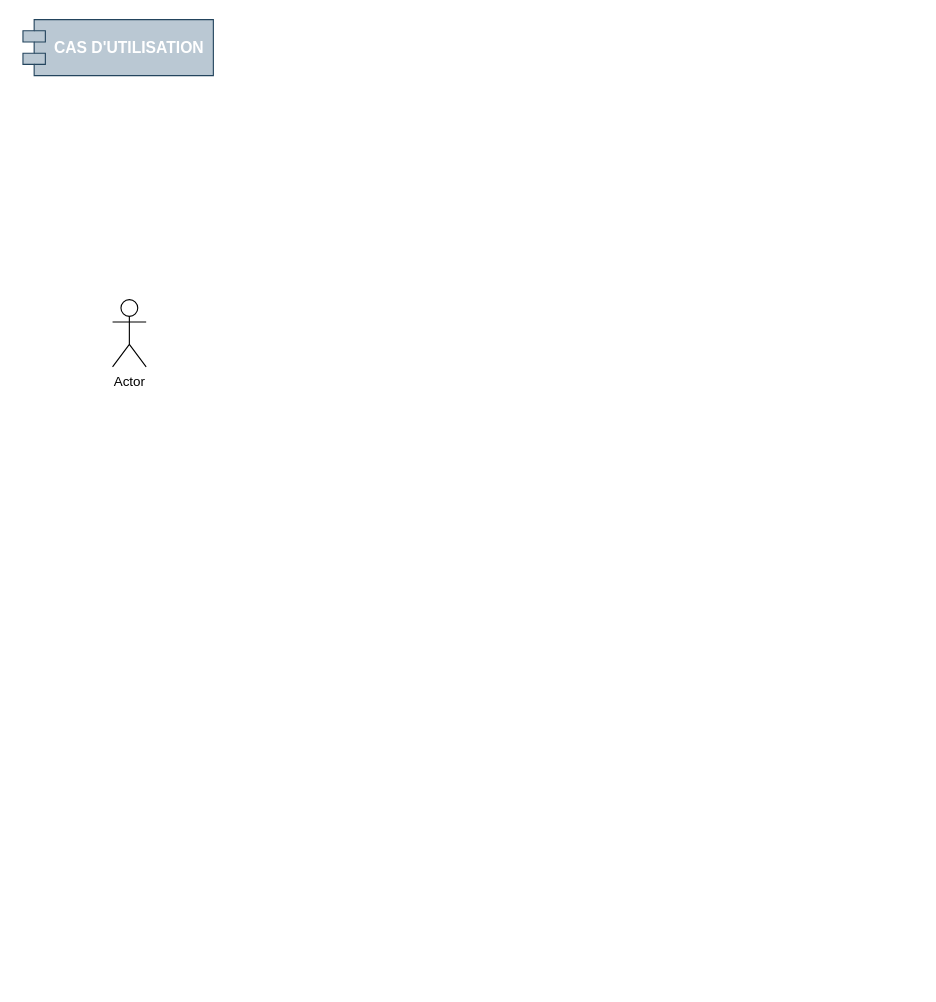
Above: doc/Cas_dUtilisation.drawio in MelissaHOA/EXO_Gestion_Ecole (draw.io), before the change. Source tidied: cells renumbered, new cells numbered last; positions are measured from the earlier drawing's top-left corner, leaving out a move shared by most shapes. Both pictures are drawn from the tidied source at 112%, with x=0, y=0 at pixel (22, 19).
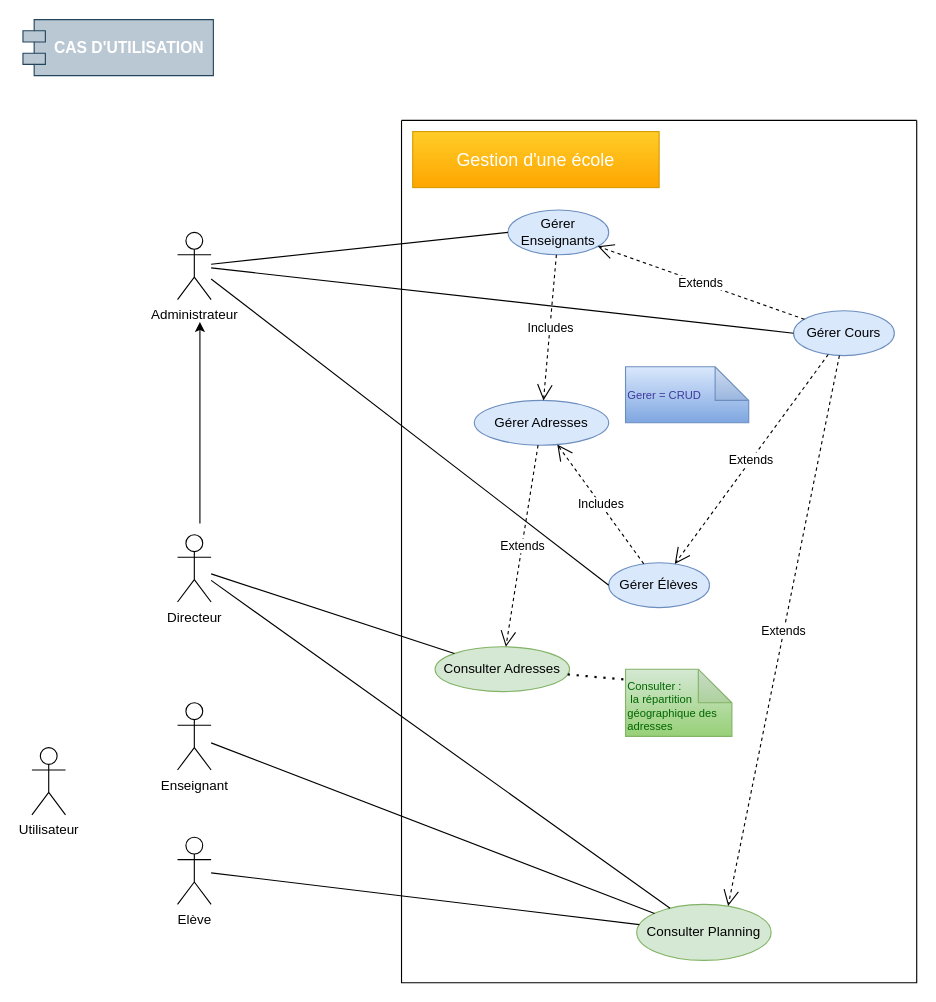
The same diagram, later.

Commit message:
Mettre à jour Cas_dUtilisation.drawio

The edit, as a diff of the source:
```diff
@@
-    <mxCell id="2" value="Actor" style="shape=umlActor;verticalLabelPosition=bottom;verticalAlign=top;html=1;" parent="1" vertex="1">
-      <mxGeometry x="80" y="250" width="30" height="60" as="geometry" />
+    <mxCell id="2" value="Administrateur" style="shape=umlActor;verticalLabelPosition=bottom;verticalAlign=top;html=1;" parent="1" vertex="1">
+      <mxGeometry x="138" y="190" width="30" height="60" as="geometry" />
     </mxCell>
@@
+    <mxCell id="4" style="swimlane;startSize=0;fontSize=13;" parent="1" vertex="1">
+      <mxGeometry x="338" y="90" width="460" height="770" as="geometry" />
+    </mxCell>
+    <mxCell id="5" value="&lt;font style=&quot;font-size: 16px;&quot;&gt;Gestion d'une école&lt;/font&gt;" style="html=1;whiteSpace=wrap;fontSize=16;fillColor=#ffcd28;gradientColor=#ffa500;strokeColor=#d79b00;fontColor=#ffffff;" parent="4" vertex="1">
+      <mxGeometry x="10" y="10" width="220" height="50" as="geometry" />
+    </mxCell>
+    <mxCell id="6" value="Gérer Élèves" style="ellipse;whiteSpace=wrap;html=1;fillColor=#dae8fc;strokeColor=#6c8ebf;" parent="4" vertex="1">
+      <mxGeometry x="185" y="395" width="90" height="40" as="geometry" />
+    </mxCell>
+    <mxCell id="7" value="Gérer Enseignants" style="ellipse;whiteSpace=wrap;html=1;fillColor=#dae8fc;strokeColor=#6c8ebf;" parent="4" vertex="1">
+      <mxGeometry x="95" y="80" width="90" height="40" as="geometry" />
+    </mxCell>
+    <mxCell id="8" value="Gérer Cours" style="ellipse;whiteSpace=wrap;html=1;fillColor=#dae8fc;strokeColor=#6c8ebf;" parent="4" vertex="1">
+      <mxGeometry x="350" y="170" width="90" height="40" as="geometry" />
+    </mxCell>
+    <mxCell id="9" value="Extends" style="endArrow=open;endSize=12;dashed=1;html=1;rounded=0;" parent="4" edge="1" source="8" target="7">
+      <mxGeometry relative="1" as="geometry" />
+    </mxCell>
+    <mxCell id="10" value="Extends" style="endArrow=open;endSize=12;dashed=1;html=1;rounded=0;" parent="4" edge="1" source="8" target="6">
+      <mxGeometry relative="1" as="geometry" />
+    </mxCell>
+    <mxCell id="11" value="Consulter Planning" style="ellipse;whiteSpace=wrap;html=1;fillColor=#d5e8d4;strokeColor=#82b366;" parent="4" vertex="1">
+      <mxGeometry x="210" y="700" width="120" height="50" as="geometry" />
+    </mxCell>
+    <mxCell id="12" value="Extends" style="endArrow=open;endSize=12;dashed=1;html=1;rounded=0;entryX=0.68;entryY=0.028;entryDx=0;entryDy=0;entryPerimeter=0;" parent="4" edge="1" source="8" target="11">
+      <mxGeometry relative="1" as="geometry" />
+    </mxCell>
+    <mxCell id="13" value="Gérer Adresses" style="ellipse;whiteSpace=wrap;html=1;fillColor=#dae8fc;strokeColor=#6c8ebf;" parent="4" vertex="1">
+      <mxGeometry x="65" y="250" width="120" height="40" as="geometry" />
+    </mxCell>
+    <mxCell id="14" value="Includes" style="endArrow=open;endSize=12;dashed=1;html=1;rounded=0;" parent="4" edge="1" source="6" target="13">
+      <mxGeometry relative="1" as="geometry" />
+    </mxCell>
+    <mxCell id="15" value="Includes" style="endArrow=open;endSize=12;dashed=1;html=1;rounded=0;" parent="4" edge="1" source="7" target="13">
+      <mxGeometry relative="1" as="geometry" />
+    </mxCell>
+    <mxCell id="16" value="Consulter Adresses" style="ellipse;whiteSpace=wrap;html=1;fillColor=#d5e8d4;strokeColor=#82b366;" parent="4" vertex="1">
+      <mxGeometry x="30" y="470" width="120" height="40" as="geometry" />
+    </mxCell>
+    <mxCell id="17" value="Extends" style="endArrow=open;endSize=12;dashed=1;html=1;rounded=0;" parent="4" edge="1" source="13" target="16">
+      <mxGeometry relative="1" as="geometry" />
+    </mxCell>
+    <mxCell id="18" value="Consulter :&lt;br&gt;&amp;nbsp;la répartition géographique des adresses" style="shape=note;whiteSpace=wrap;html=1;backgroundOutline=1;darkOpacity=0.05;fillColor=#d5e8d4;strokeColor=#82b366;fontSize=10;align=left;verticalAlign=bottom;gradientColor=#97d077;fontColor=#006600;" parent="4" vertex="1">
+      <mxGeometry x="200" y="490" width="95" height="60" as="geometry" />
+    </mxCell>
+    <mxCell id="19" style="endArrow=none;dashed=1;html=1;dashPattern=1 3;strokeWidth=2;rounded=0;entryX=0.026;entryY=0.158;entryDx=0;entryDy=0;entryPerimeter=0;" parent="4" edge="1" source="16" target="18">
+      <mxGeometry relative="1" as="geometry" />
+    </mxCell>
+    <mxCell id="20" value="Gerer = CRUD" style="shape=note;whiteSpace=wrap;html=1;backgroundOutline=1;darkOpacity=0.05;fillColor=#dae8fc;strokeColor=#6c8ebf;fontSize=10;align=left;verticalAlign=middle;gradientColor=#7ea6e0;fontColor=#403a9c;" parent="4" vertex="1">
+      <mxGeometry x="200" y="220" width="110" height="50" as="geometry" />
+    </mxCell>
+    <mxCell id="21" style="endArrow=none;html=1;rounded=0;entryX=0;entryY=0.5;entryDx=0;entryDy=0;" parent="1" edge="1" source="2" target="6">
+      <mxGeometry relative="1" as="geometry" />
+    </mxCell>
+    <mxCell id="22" style="endArrow=none;html=1;rounded=0;entryX=0;entryY=0.5;entryDx=0;entryDy=0;" parent="1" edge="1" source="2" target="8">
+      <mxGeometry relative="1" as="geometry" />
+    </mxCell>
+    <mxCell id="23" style="endArrow=none;html=1;rounded=0;exitX=0;exitY=0.5;exitDx=0;exitDy=0;" parent="1" edge="1" source="7" target="2">
+      <mxGeometry relative="1" as="geometry" />
+    </mxCell>
+    <mxCell id="24" value="Elève" style="shape=umlActor;verticalLabelPosition=bottom;verticalAlign=top;html=1;" parent="1" vertex="1">
+      <mxGeometry x="138" y="730" width="30" height="60" as="geometry" />
+    </mxCell>
+    <mxCell id="25" value="Enseignant" style="shape=umlActor;verticalLabelPosition=bottom;verticalAlign=top;html=1;" parent="1" vertex="1">
+      <mxGeometry x="138" y="610" width="30" height="60" as="geometry" />
+    </mxCell>
+    <mxCell id="26" style="endArrow=none;html=1;rounded=0;" parent="1" edge="1" source="25" target="11">
+      <mxGeometry relative="1" as="geometry" />
+    </mxCell>
+    <mxCell id="27" style="endArrow=none;html=1;rounded=0;" parent="1" edge="1" source="24" target="11">
+      <mxGeometry relative="1" as="geometry" />
+    </mxCell>
+    <mxCell id="28" style="edgeStyle=none;rounded=0;orthogonalLoop=1;jettySize=auto;html=1;" parent="1" edge="1">
+      <mxGeometry relative="1" as="geometry">
+        <mxPoint x="158" y="450" as="sourcePoint" />
+        <mxPoint x="158" y="270" as="targetPoint" />
+      </mxGeometry>
+    </mxCell>
+    <mxCell id="29" value="Directeur" style="shape=umlActor;verticalLabelPosition=bottom;verticalAlign=top;html=1;" parent="1" vertex="1">
+      <mxGeometry x="138" y="460" width="30" height="60" as="geometry" />
+    </mxCell>
+    <mxCell id="30" style="endArrow=none;html=1;rounded=0;" parent="1" edge="1" source="29" target="16">
+      <mxGeometry relative="1" as="geometry" />
+    </mxCell>
+    <mxCell id="31" style="endArrow=none;html=1;rounded=0;" parent="1" edge="1" source="29" target="11">
+      <mxGeometry relative="1" as="geometry" />
+    </mxCell>
+    <mxCell id="32" value="Utilisateur" style="shape=umlActor;verticalLabelPosition=bottom;verticalAlign=top;html=1;" parent="1" vertex="1">
+      <mxGeometry x="8" y="650" width="30" height="60" as="geometry" />
+    </mxCell>
```
